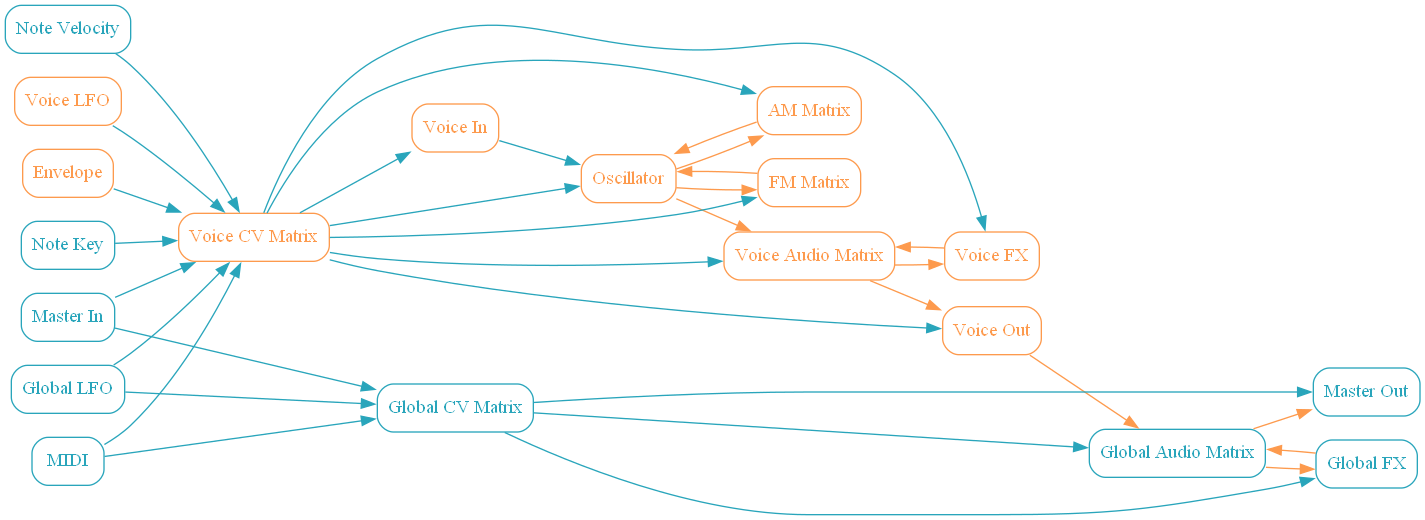
The Graphviz diagram static/routing_overview.png in sjoerdvankreel/firefly-synth, before a commit. Its source is kept beside it as static/routing_overview.dot.
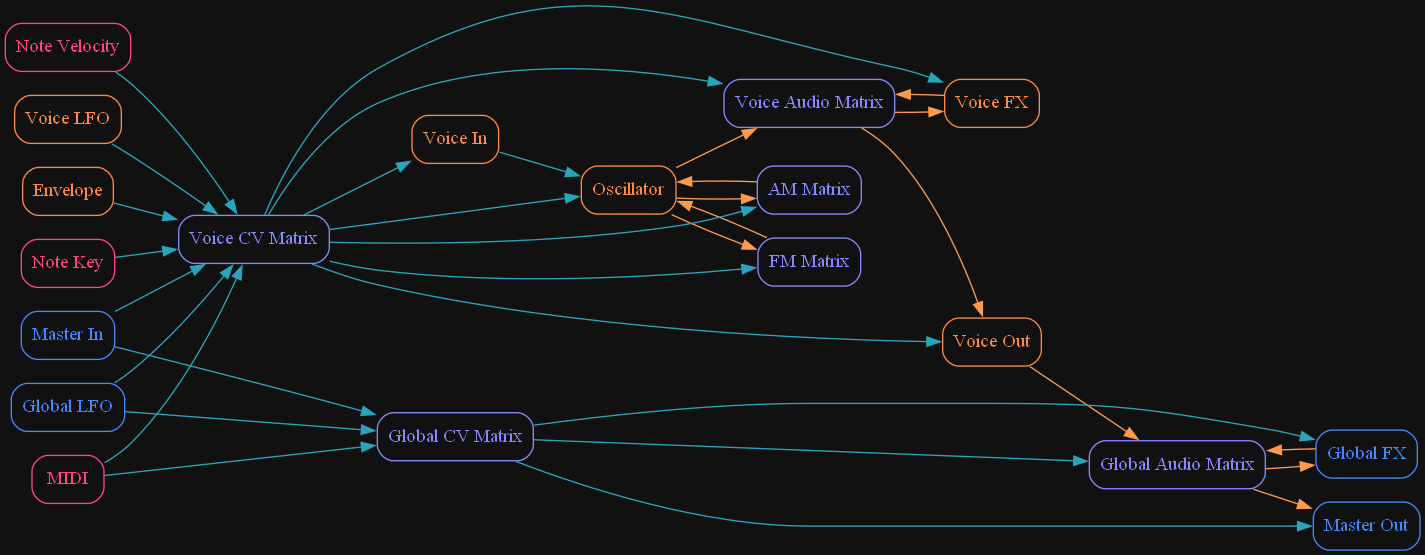
The same file after the commit.

Diff of the diagram source:
```diff
@@ -1,28 +1,39 @@
 digraph Synth {
   rankdir="LR";
+  bgcolor="#111111";
 
-  comment="Nodes"
-  "Voice In" [shape="rect", style="rounded", color="#FD9A4D", fontcolor="#FD9A4D"]
-  "Voice Out" [shape="rect", style="rounded", color="#FD9A4D", fontcolor="#FD9A4D"]
-  "Oscillator" [shape="rect", style="rounded", color="#FD9A4D", fontcolor="#FD9A4D"]
-  "Voice FX" [shape="rect", style="rounded", color="#FD9A4D", fontcolor="#FD9A4D"]
-  "Voice LFO" [shape="rect", style="rounded", color="#FD9A4D", fontcolor="#FD9A4D"]
-  "Envelope" [shape="rect", style="rounded", color="#FD9A4D", fontcolor="#FD9A4D"]
-  "AM Matrix" [shape="rect", style="rounded", color="#FD9A4D", fontcolor="#FD9A4D"]
-  "FM Matrix" [shape="rect", style="rounded", color="#FD9A4D", fontcolor="#FD9A4D"]
-  "Voice CV Matrix" [shape="rect", style="rounded", color="#FD9A4D", fontcolor="#FD9A4D"]
-  "Voice Audio Matrix" [shape="rect", style="rounded", color="#FD9A4D", fontcolor="#FD9A4D"]
+  comment="Voice Audio Nodes"
+  "Voice Out" [shape="rect", style="rounded", color="#FF8844", fontcolor="#FF8844"]
+  "Oscillator" [shape="rect", style="rounded", color="#FF8844", fontcolor="#FF8844"]
+  "Voice FX" [shape="rect", style="rounded", color="#FF8844", fontcolor="#FF8844"]
 
-  "Master In" [shape="rect", style="rounded", color="#29A5BB", fontcolor="#29A5BB"]
-  "Master Out" [shape="rect", style="rounded", color="#29A5BB", fontcolor="#29A5BB"]
-  "Global FX" [shape="rect", style="rounded", color="#29A5BB", fontcolor="#29A5BB"]
-  "Global LFO" [shape="rect", style="rounded", color="#29A5BB", fontcolor="#29A5BB"]
-  "Global CV Matrix" [shape="rect", style="rounded", color="#29A5BB", fontcolor="#29A5BB"]
-  "Global Audio Matrix" [shape="rect", style="rounded", color="#29A5BB", fontcolor="#29A5BB"]
+  comment="Voice CV Nodes"
+  "Voice In" [shape="rect", style="rounded", color="#FF8844", fontcolor="#FF8844"]
+  "Voice LFO" [shape="rect", style="rounded", color="#FF8844", fontcolor="#FF8844"]
+  "Envelope" [shape="rect", style="rounded", color="#FF8844", fontcolor="#FF8844"]
 
-  "MIDI" [shape="rect", style="rounded", color="#29A5BB", fontcolor="#29A5BB"]
-  "Note Key" [shape="rect", style="rounded", color="#29A5BB", fontcolor="#29A5BB"]
-  "Note Velocity" [shape="rect", style="rounded", color="#29A5BB", fontcolor="#29A5BB"]
+  comment="Voice Matrix Nodes"
+  "AM Matrix" [shape="rect", style="rounded", color="#8888FF", fontcolor="#8888FF"]
+  "FM Matrix" [shape="rect", style="rounded", color="#8888FF", fontcolor="#8888FF"]
+  "Voice CV Matrix" [shape="rect", style="rounded", color="#8888FF", fontcolor="#8888FF"]
+  "Voice Audio Matrix" [shape="rect", style="rounded", color="#8888FF", fontcolor="#8888FF"]
+
+  comment="Global Audio Nodes"
+  "Master Out" [shape="rect", style="rounded", color="#4488FF", fontcolor="#4488FF"]
+  "Global FX" [shape="rect", style="rounded", color="#4488FF", fontcolor="#4488FF"]
+
+  comment="Global CV Nodes"
+  "Master In" [shape="rect", style="rounded", color="#4488FF", fontcolor="#4488FF"]
+  "Global LFO" [shape="rect", style="rounded", color="#4488FF", fontcolor="#4488FF"]
+
+  comment="Global Matrix Nodes"
+  "Global CV Matrix" [shape="rect", style="rounded", color="#8888FF", fontcolor="#8888FF"]
+  "Global Audio Matrix" [shape="rect", style="rounded", color="#8888FF", fontcolor="#8888FF"]
+
+  comment="External Nodes"
+  "MIDI" [shape="rect", style="rounded", color="#FF4488", fontcolor="#FF4488"]
+  "Note Key" [shape="rect", style="rounded", color="#FF4488", fontcolor="#FF4488"]
+  "Note Velocity" [shape="rect", style="rounded", color="#FF4488", fontcolor="#FF4488"]
 
   comment="Audio edges"
   "Oscillator" -> "AM Matrix" [color="#FD9A4D"]
```
